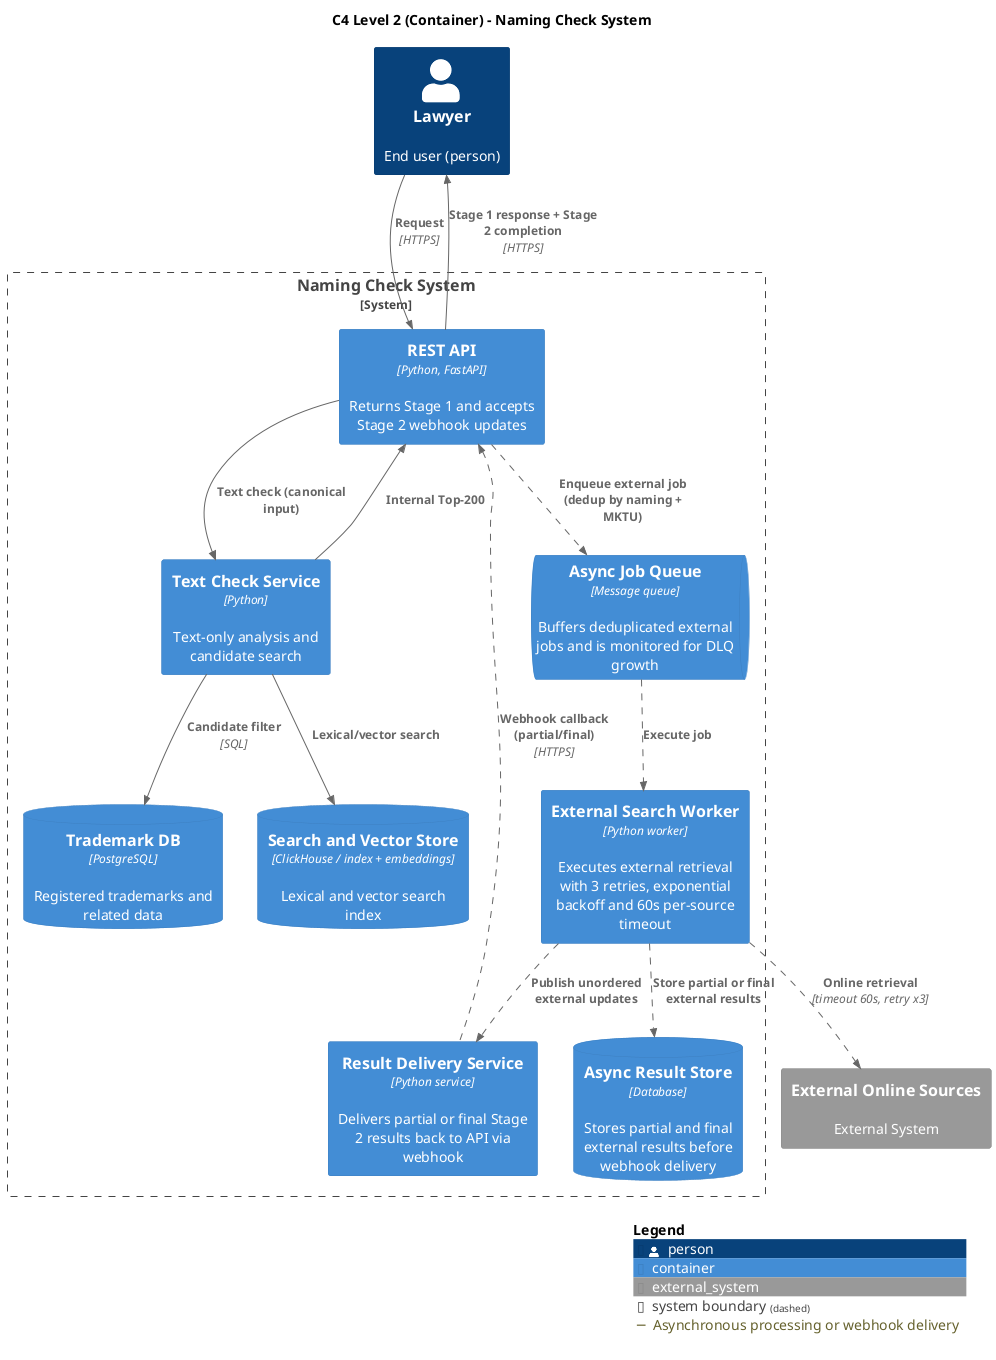
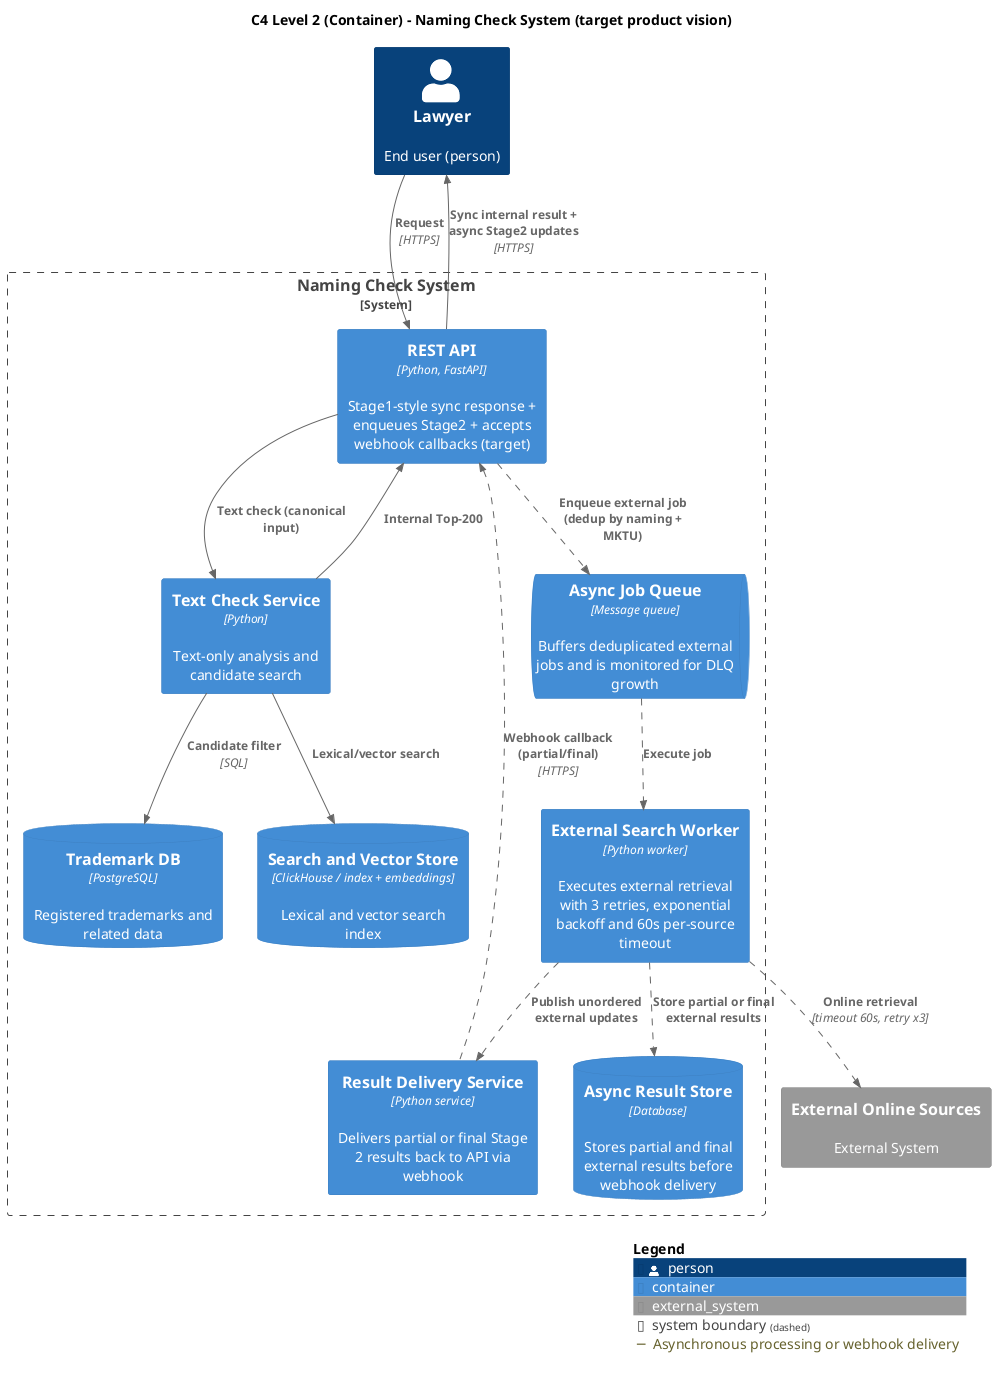
@startuml NamingCheck_C4_Container
- title C4 Level 2 (Container) - Naming Check System
+ title C4 Level 2 (Container) - Naming Check System (target product vision)

!include <C4/C4_Container>

LAYOUT_TOP_DOWN()

AddRelTag("async", $lineStyle=DashedLine(), $legendText="Asynchronous processing or webhook delivery")

Person(lawyer, "Lawyer", "End user (person)")

System_Boundary(naming_system, "Naming Check System") {
-   Container(rest_api, "REST API", "Python, FastAPI", "Returns Stage 1 and accepts Stage 2 webhook updates")
+   Container(rest_api, "REST API", "Python, FastAPI", "Stage1-style sync response + enqueues Stage2 + accepts webhook callbacks (target)")
  Container(text_service, "Text Check Service", "Python", "Text-only analysis and candidate search")
  ContainerQueue(queue, "Async Job Queue", "Message queue", "Buffers deduplicated external jobs and is monitored for DLQ growth")
  Container(worker, "External Search Worker", "Python worker", "Executes external retrieval with 3 retries, exponential backoff and 60s per-source timeout")
  Container(delivery, "Result Delivery Service", "Python service", "Delivers partial or final Stage 2 results back to API via webhook")
  ContainerDb(trademark_db, "Trademark DB", "PostgreSQL", "Registered trademarks and related data")
  ContainerDb(search_store, "Search and Vector Store", "ClickHouse / index + embeddings", "Lexical and vector search index")
  ContainerDb(async_store, "Async Result Store", "Database", "Stores partial and final external results before webhook delivery")
}

System_Ext(external_sources, "External Online Sources", "External System")

Rel_Down(lawyer, rest_api, "Request", "HTTPS")

Rel_Down(rest_api, text_service, "Text check (canonical input)")
Rel_Down(text_service, trademark_db, "Candidate filter", "SQL")
Rel_Down(text_service, search_store, "Lexical/vector search")
Rel_Up(text_service, rest_api, "Internal Top-200")

Rel_Down(rest_api, queue, "Enqueue external job (dedup by naming + MKTU)", "", "", "", "async")
Rel_Down(queue, worker, "Execute job", "", "", "", "async")
Rel_Down(worker, external_sources, "Online retrieval", "timeout 60s, retry x3", "", "", "async")
Rel_Down(worker, async_store, "Store partial or final external results", "", "", "", "async")
Rel_Down(worker, delivery, "Publish unordered external updates", "", "", "", "async")
Rel_Up(delivery, rest_api, "Webhook callback (partial/final)", "HTTPS", "", "", "async")

- Rel_Up(rest_api, lawyer, "Stage 1 response + Stage 2 completion", "HTTPS")
+ Rel_Up(rest_api, lawyer, "Sync internal result + async Stage2 updates", "HTTPS")

SHOW_LEGEND()

@enduml

